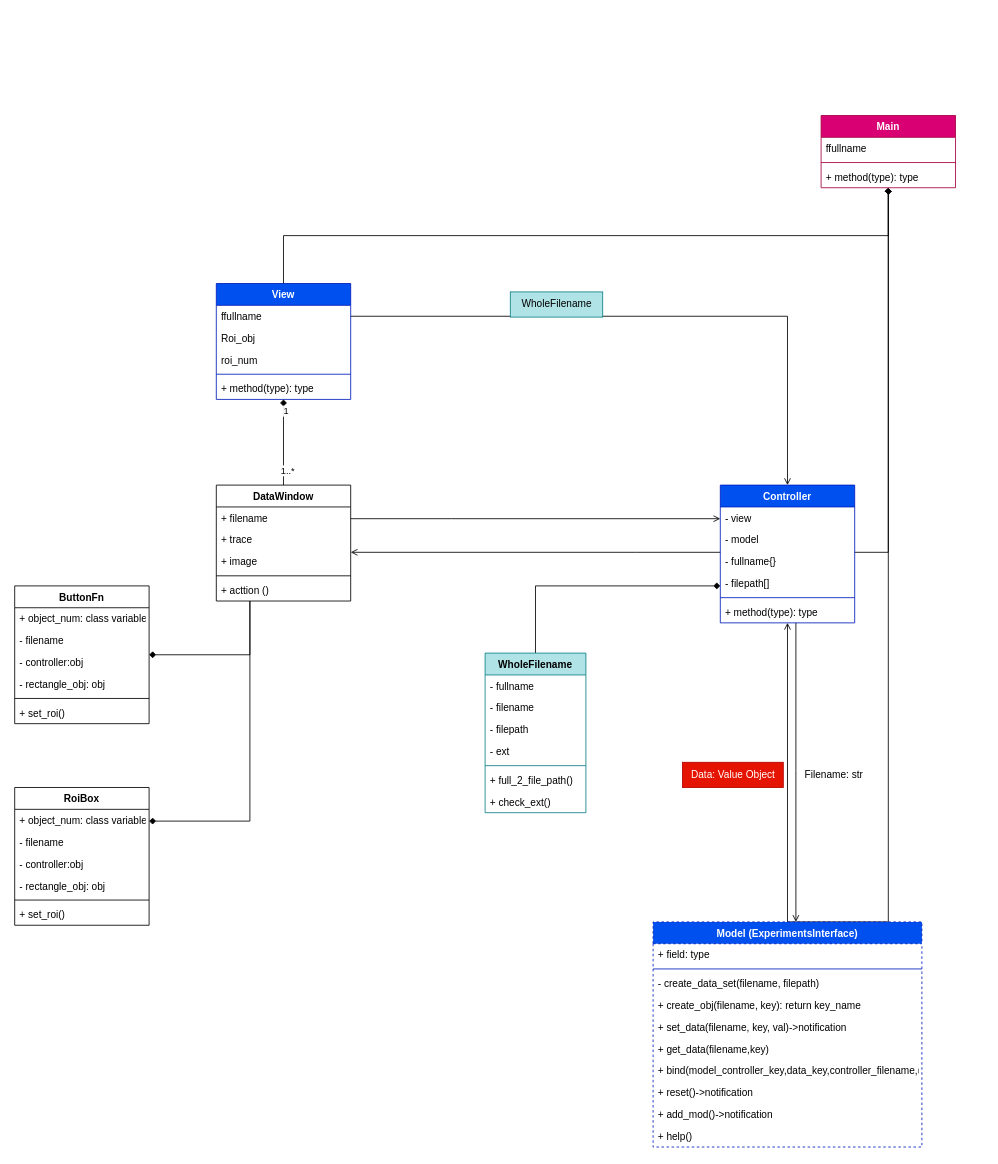
The draw.io diagram page "view_controller" (1 of 3) of UML_SCANDATA.drawio in lunelukkio/SCANDATA, before the edit. Source tidied: cells renumbered, new cells numbered last; positions are measured from the earlier drawing's top-left corner, leaving out a move shared by most shapes. Both pictures are drawn from the tidied source at 84%, with x=0, y=0 at pixel (14, 115).
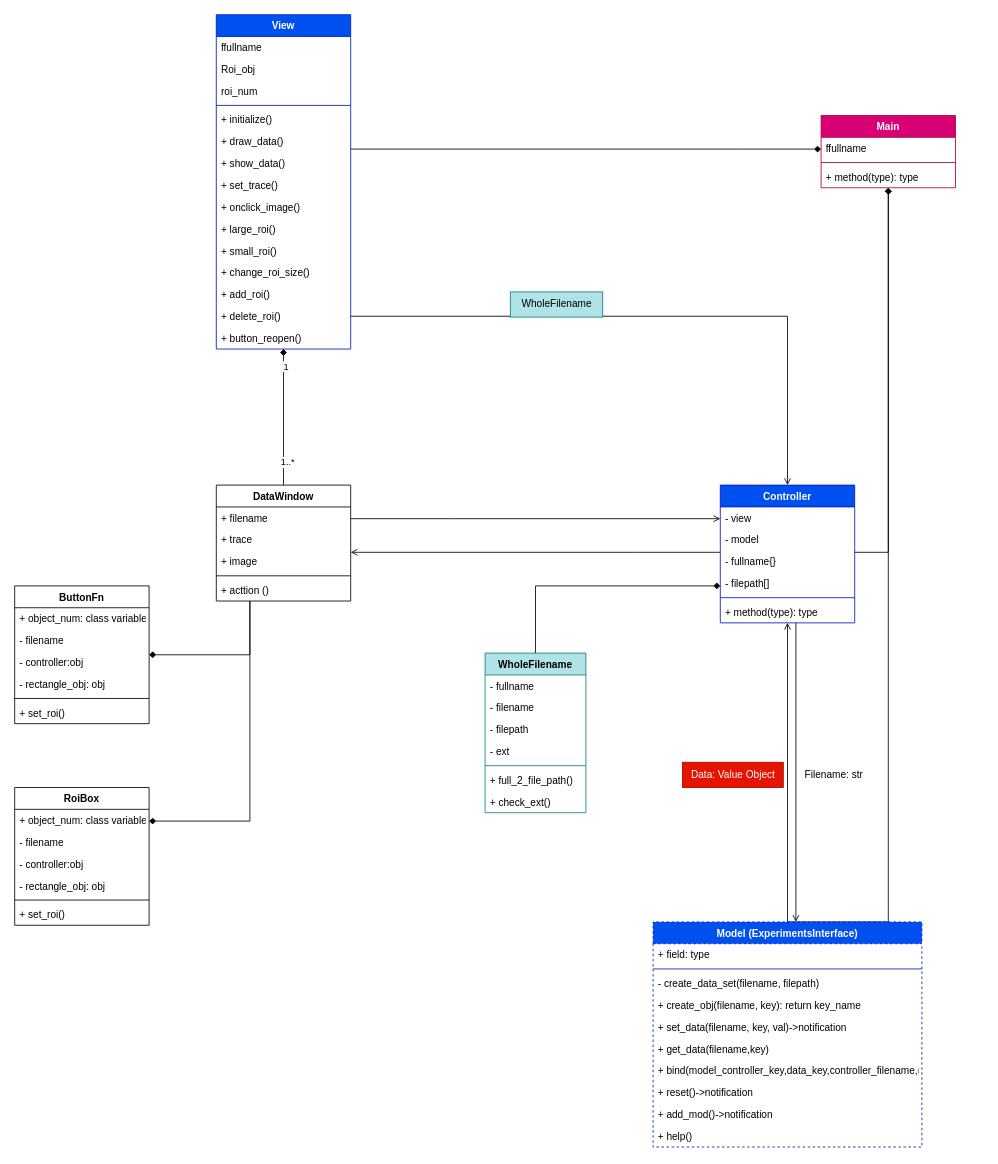
After the change.

The change refers to these unchanged cells:
```xml
<mxCell id="46" value="Main" style="swimlane;fontStyle=1;align=center;verticalAlign=top;horizontal=1;startSize=26;fillColor=#d80073;fontColor=#ffffff;strokeColor=#A50040;" parent="1" vertex="1">
  <mxGeometry x="960" width="160" height="86" as="geometry" />
</mxCell>
```

Change to the diagram source:
```diff
@@
-    <mxCell id="3" style="edgeStyle=orthogonalEdgeStyle;rounded=0;jettySize=auto;html=1;exitX=0.5;exitY=0;exitDx=0;exitDy=0;endArrow=diamond;endFill=1;" parent="1" edge="1" source="6" target="46">
-      <mxGeometry relative="1" as="geometry" />
+    <mxCell id="3" style="edgeStyle=orthogonalEdgeStyle;rounded=0;jettySize=auto;html=1;endArrow=diamond;endFill=1;" parent="1" edge="1" source="6" target="46">
+      <mxGeometry relative="1" as="geometry">
+        <Array as="points">
+          <mxPoint x="860" y="40" />
+          <mxPoint x="860" y="40" />
+        </Array>
+      </mxGeometry>
     </mxCell>
@@
     <mxCell id="6" value="View" style="swimlane;fontStyle=1;align=center;verticalAlign=top;horizontal=1;startSize=26;fillColor=#0050ef;fontColor=#ffffff;strokeColor=#001DBC;" parent="1" vertex="1">
-      <mxGeometry x="240" y="200" width="160" height="138" as="geometry" />
+      <mxGeometry x="240" y="-120" width="160" height="398" as="geometry" />
     </mxCell>
@@
-    <mxCell id="11" value="+ method(type): type" style="text;strokeColor=none;fillColor=none;align=left;verticalAlign=top;spacingLeft=4;spacingRight=4;overflow=hidden;" parent="6" vertex="1">
+    <mxCell id="11" value="+ initialize()" style="text;strokeColor=none;fillColor=none;align=left;verticalAlign=top;spacingLeft=4;spacingRight=4;overflow=hidden;" parent="6" vertex="1">
       <mxGeometry y="112" width="160" height="26" as="geometry" />
     </mxCell>
+    <mxCell id="75" value="+ draw_data()" style="text;strokeColor=none;fillColor=none;align=left;verticalAlign=top;spacingLeft=4;spacingRight=4;overflow=hidden;" parent="6" vertex="1">
+      <mxGeometry y="138" width="160" height="26" as="geometry" />
+    </mxCell>
+    <mxCell id="76" value="+ show_data()" style="text;strokeColor=none;fillColor=none;align=left;verticalAlign=top;spacingLeft=4;spacingRight=4;overflow=hidden;" parent="6" vertex="1">
+      <mxGeometry y="164" width="160" height="26" as="geometry" />
+    </mxCell>
+    <mxCell id="77" value="+ set_trace()" style="text;strokeColor=none;fillColor=none;align=left;verticalAlign=top;spacingLeft=4;spacingRight=4;overflow=hidden;" parent="6" vertex="1">
+      <mxGeometry y="190" width="160" height="26" as="geometry" />
+    </mxCell>
+    <mxCell id="78" value="+ onclick_image()" style="text;strokeColor=none;fillColor=none;align=left;verticalAlign=top;spacingLeft=4;spacingRight=4;overflow=hidden;" parent="6" vertex="1">
+      <mxGeometry y="216" width="160" height="26" as="geometry" />
+    </mxCell>
+    <mxCell id="79" value="+ large_roi()" style="text;strokeColor=none;fillColor=none;align=left;verticalAlign=top;spacingLeft=4;spacingRight=4;overflow=hidden;" parent="6" vertex="1">
+      <mxGeometry y="242" width="160" height="26" as="geometry" />
+    </mxCell>
+    <mxCell id="80" value="+ small_roi()" style="text;strokeColor=none;fillColor=none;align=left;verticalAlign=top;spacingLeft=4;spacingRight=4;overflow=hidden;" parent="6" vertex="1">
+      <mxGeometry y="268" width="160" height="26" as="geometry" />
+    </mxCell>
+    <mxCell id="81" value="+ change_roi_size()" style="text;strokeColor=none;fillColor=none;align=left;verticalAlign=top;spacingLeft=4;spacingRight=4;overflow=hidden;" parent="6" vertex="1">
+      <mxGeometry y="294" width="160" height="26" as="geometry" />
+    </mxCell>
+    <mxCell id="82" value="+ add_roi()" style="text;strokeColor=none;fillColor=none;align=left;verticalAlign=top;spacingLeft=4;spacingRight=4;overflow=hidden;" parent="6" vertex="1">
+      <mxGeometry y="320" width="160" height="26" as="geometry" />
+    </mxCell>
+    <mxCell id="83" value="+ delete_roi()" style="text;strokeColor=none;fillColor=none;align=left;verticalAlign=top;spacingLeft=4;spacingRight=4;overflow=hidden;" parent="6" vertex="1">
+      <mxGeometry y="346" width="160" height="26" as="geometry" />
+    </mxCell>
+    <mxCell id="84" value="+ button_reopen()" style="text;strokeColor=none;fillColor=none;align=left;verticalAlign=top;spacingLeft=4;spacingRight=4;overflow=hidden;" parent="6" vertex="1">
+      <mxGeometry y="372" width="160" height="26" as="geometry" />
+    </mxCell>
```
